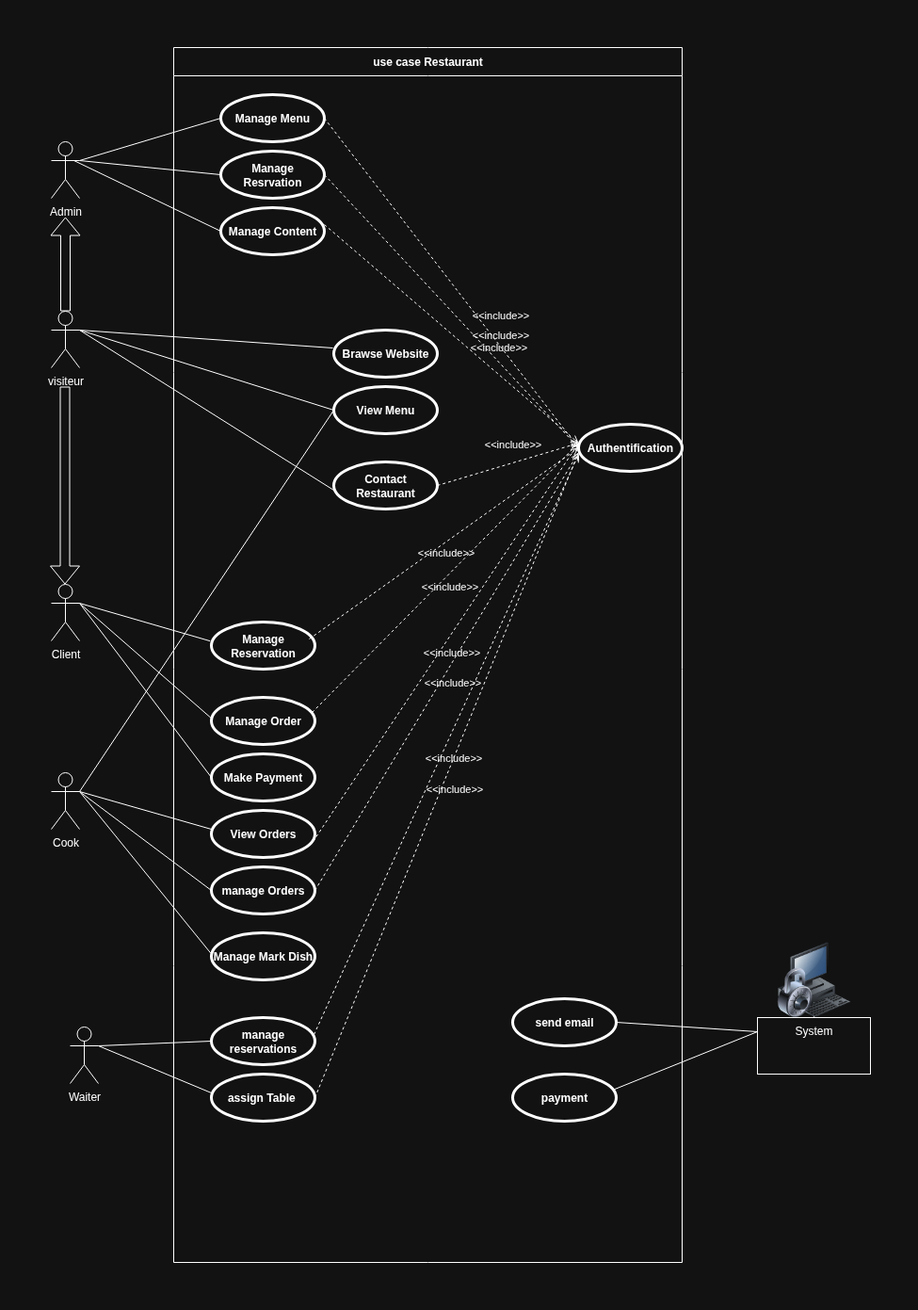
The draw.io diagram Use_case_Restaurant.drawio.png in ELMAKHTARLAARIF/Gestion_restaurant, before a commit. Source tidied: cells renumbered, new cells last; positions are measured from the earlier drawing's top-left corner, leaving out a move shared by most shapes.
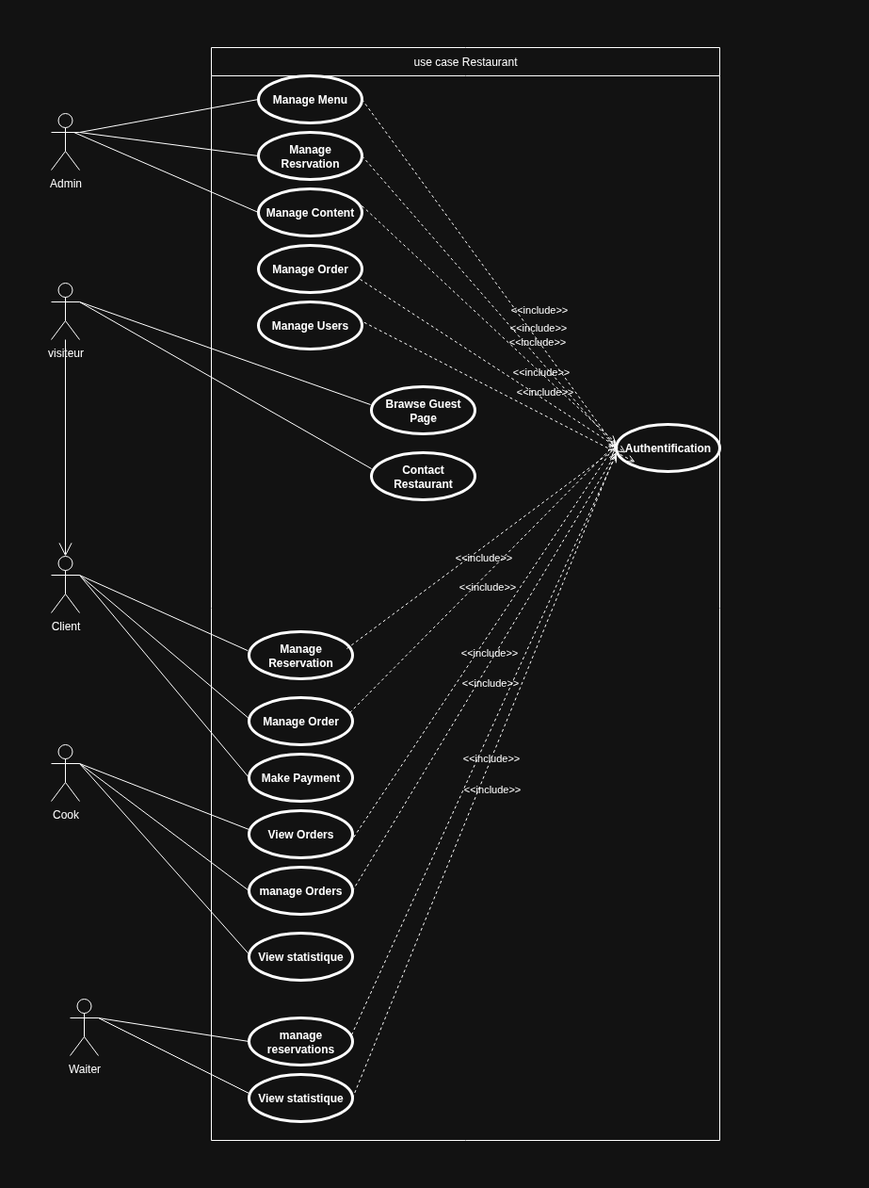
The same diagram one commit later.

Commit message:
add option contact restaurant for Guest

The edit, as a diff of the source:
```diff
@@ -8,26 +8,23 @@
     <mxCell id="3" style="edgeStyle=none;html=1;endArrow=none;verticalAlign=bottom;rounded=0;exitX=1;exitY=0.3333333333333333;exitDx=0;exitDy=0;exitPerimeter=0;entryX=0;entryY=0.5;entryDx=0;entryDy=0;" parent="1" edge="1" source="2" target="29">
       <mxGeometry relative="1" as="geometry" />
     </mxCell>
-    <mxCell id="4" value="use case Restaurant" style="swimlane;fontStyle=1;align=center;horizontal=1;startSize=30;html=1;whiteSpace=wrap;" parent="1" vertex="1">
-      <mxGeometry x="130" width="540" height="1290" as="geometry" />
+    <mxCell id="4" value="use case Restaurant" style="swimlane;fontStyle=0;align=center;horizontal=1;startSize=30;html=1;whiteSpace=wrap;" parent="1" vertex="1">
+      <mxGeometry x="170" y="30" width="540" height="1160" as="geometry" />
     </mxCell>
     <mxCell id="5" value="Authentification" style="shape=ellipse;html=1;strokeWidth=3;fontStyle=1;whiteSpace=wrap;align=center;perimeter=ellipsePerimeter;" parent="4" vertex="1">
       <mxGeometry x="430" y="400" width="110" height="50" as="geometry" />
     </mxCell>
     <mxCell id="6" value="Manage Resrvation" style="shape=ellipse;html=1;strokeWidth=3;fontStyle=1;whiteSpace=wrap;align=center;perimeter=ellipsePerimeter;" parent="4" vertex="1">
-      <mxGeometry x="50" y="110" width="110" height="50" as="geometry" />
+      <mxGeometry x="50" y="90" width="110" height="50" as="geometry" />
     </mxCell>
     <mxCell id="7" value="Manage Content" style="shape=ellipse;html=1;strokeWidth=3;fontStyle=1;whiteSpace=wrap;align=center;perimeter=ellipsePerimeter;" parent="4" vertex="1">
-      <mxGeometry x="50" y="170" width="110" height="50" as="geometry" />
+      <mxGeometry x="50" y="150" width="110" height="50" as="geometry" />
     </mxCell>
-    <mxCell id="8" value="View Menu" style="shape=ellipse;html=1;strokeWidth=3;fontStyle=1;whiteSpace=wrap;align=center;perimeter=ellipsePerimeter;" parent="4" vertex="1">
-      <mxGeometry x="170" y="360" width="110" height="50" as="geometry" />
-    </mxCell>
     <mxCell id="9" value="Contact Restaurant" style="shape=ellipse;html=1;strokeWidth=3;fontStyle=1;whiteSpace=wrap;align=center;perimeter=ellipsePerimeter;" parent="4" vertex="1">
-      <mxGeometry x="170" y="440" width="110" height="50" as="geometry" />
+      <mxGeometry x="170" y="430" width="110" height="50" as="geometry" />
     </mxCell>
     <mxCell id="10" value="Manage Reservation" style="shape=ellipse;html=1;strokeWidth=3;fontStyle=1;whiteSpace=wrap;align=center;perimeter=ellipsePerimeter;" parent="4" vertex="1">
-      <mxGeometry x="40" y="610" width="110" height="50" as="geometry" />
+      <mxGeometry x="40" y="620" width="110" height="50" as="geometry" />
     </mxCell>
     <mxCell id="11" value="View Orders" style="shape=ellipse;html=1;strokeWidth=3;fontStyle=1;whiteSpace=wrap;align=center;perimeter=ellipsePerimeter;" parent="4" vertex="1">
       <mxGeometry x="40" y="810" width="110" height="50" as="geometry" />
@@ -35,20 +32,20 @@
     <mxCell id="12" value="manage Orders" style="shape=ellipse;html=1;strokeWidth=3;fontStyle=1;whiteSpace=wrap;align=center;perimeter=ellipsePerimeter;" parent="4" vertex="1">
       <mxGeometry x="40" y="870" width="110" height="50" as="geometry" />
     </mxCell>
-    <mxCell id="13" value="Manage Mark Dish" style="shape=ellipse;html=1;strokeWidth=3;fontStyle=1;whiteSpace=wrap;align=center;perimeter=ellipsePerimeter;" parent="4" vertex="1">
+    <mxCell id="13" value="View statistique" style="shape=ellipse;html=1;strokeWidth=3;fontStyle=1;whiteSpace=wrap;align=center;perimeter=ellipsePerimeter;" parent="4" vertex="1">
       <mxGeometry x="40" y="940" width="110" height="50" as="geometry" />
     </mxCell>
     <mxCell id="14" value="manage reservations" style="shape=ellipse;html=1;strokeWidth=3;fontStyle=1;whiteSpace=wrap;align=center;perimeter=ellipsePerimeter;" parent="4" vertex="1">
       <mxGeometry x="40" y="1030" width="110" height="50" as="geometry" />
     </mxCell>
-    <mxCell id="15" value="assign Table&amp;nbsp;" style="shape=ellipse;html=1;strokeWidth=3;fontStyle=1;whiteSpace=wrap;align=center;perimeter=ellipsePerimeter;" parent="4" vertex="1">
+    <mxCell id="15" value="View statistique" style="shape=ellipse;html=1;strokeWidth=3;fontStyle=1;whiteSpace=wrap;align=center;perimeter=ellipsePerimeter;" parent="4" vertex="1">
       <mxGeometry x="40" y="1090" width="110" height="50" as="geometry" />
     </mxCell>
     <mxCell id="16" value="Manage Order" style="shape=ellipse;html=1;strokeWidth=3;fontStyle=1;whiteSpace=wrap;align=center;perimeter=ellipsePerimeter;" parent="4" vertex="1">
       <mxGeometry x="40" y="690" width="110" height="50" as="geometry" />
     </mxCell>
-    <mxCell id="17" value="Brawse Website" style="shape=ellipse;html=1;strokeWidth=3;fontStyle=1;whiteSpace=wrap;align=center;perimeter=ellipsePerimeter;" parent="4" vertex="1">
-      <mxGeometry x="170" y="300" width="110" height="50" as="geometry" />
+    <mxCell id="17" value="Brawse Guest Page" style="shape=ellipse;html=1;strokeWidth=3;fontStyle=1;whiteSpace=wrap;align=center;perimeter=ellipsePerimeter;" parent="4" vertex="1">
+      <mxGeometry x="170" y="360" width="110" height="50" as="geometry" />
     </mxCell>
     <mxCell id="18" value="&amp;lt;&amp;lt;include&amp;gt;&amp;gt;" style="edgeStyle=none;html=1;endArrow=open;verticalAlign=bottom;dashed=1;labelBackgroundColor=none;rounded=0;exitX=1;exitY=0.5;exitDx=0;exitDy=0;entryX=0;entryY=0.5;entryDx=0;entryDy=0;" parent="4" edge="1" source="6" target="5">
       <mxGeometry x="0.3" y="15" relative="1" as="geometry" />
@@ -58,12 +55,6 @@
         <mxPoint x="430" y="420" as="targetPoint" />
       </mxGeometry>
     </mxCell>
-    <mxCell id="20" value="&amp;lt;&amp;lt;include&amp;gt;&amp;gt;" style="edgeStyle=none;html=1;endArrow=open;verticalAlign=bottom;dashed=1;labelBackgroundColor=none;rounded=0;exitX=1;exitY=0.5;exitDx=0;exitDy=0;" parent="4" edge="1" source="9">
-      <mxGeometry x="0.11" y="11" relative="1" as="geometry">
-        <mxPoint x="430" y="420" as="targetPoint" />
-        <mxPoint y="1" as="offset" />
-      </mxGeometry>
-    </mxCell>
     <mxCell id="21" value="&amp;lt;&amp;lt;include&amp;gt;&amp;gt;" style="edgeStyle=none;html=1;endArrow=open;verticalAlign=bottom;dashed=1;labelBackgroundColor=none;rounded=0;exitX=0.945;exitY=0.36;exitDx=0;exitDy=0;exitPerimeter=0;entryX=0;entryY=0.5;entryDx=0;entryDy=0;" parent="4" edge="1" source="10" target="5">
       <mxGeometry x="-0.05" y="-16" relative="1" as="geometry" />
     </mxCell>
@@ -90,14 +81,8 @@
         <mxPoint x="430" y="430" as="targetPoint" />
       </mxGeometry>
     </mxCell>
-    <mxCell id="27" value="send email" style="shape=ellipse;html=1;strokeWidth=3;fontStyle=1;whiteSpace=wrap;align=center;perimeter=ellipsePerimeter;" parent="4" vertex="1">
-      <mxGeometry x="360" y="1010" width="110" height="50" as="geometry" />
-    </mxCell>
-    <mxCell id="28" value="payment" style="shape=ellipse;html=1;strokeWidth=3;fontStyle=1;whiteSpace=wrap;align=center;perimeter=ellipsePerimeter;" parent="4" vertex="1">
-      <mxGeometry x="360" y="1090" width="110" height="50" as="geometry" />
-    </mxCell>
     <mxCell id="29" value="Manage Menu" style="shape=ellipse;html=1;strokeWidth=3;fontStyle=1;whiteSpace=wrap;align=center;perimeter=ellipsePerimeter;" parent="4" vertex="1">
-      <mxGeometry x="50" y="50" width="110" height="50" as="geometry" />
+      <mxGeometry x="50" y="30" width="110" height="50" as="geometry" />
     </mxCell>
     <mxCell id="30" value="&amp;lt;&amp;lt;include&amp;gt;&amp;gt;" style="edgeStyle=none;html=1;endArrow=open;verticalAlign=bottom;dashed=1;labelBackgroundColor=none;rounded=0;exitX=1;exitY=0.5;exitDx=0;exitDy=0;entryX=0;entryY=0.5;entryDx=0;entryDy=0;" parent="4" edge="1" source="29" target="5">
       <mxGeometry x="0.3" y="15" relative="1" as="geometry" />
@@ -105,6 +90,22 @@
     <mxCell id="31" value="Make Payment" style="shape=ellipse;html=1;strokeWidth=3;fontStyle=1;whiteSpace=wrap;align=center;perimeter=ellipsePerimeter;" parent="4" vertex="1">
       <mxGeometry x="40" y="750" width="110" height="50" as="geometry" />
     </mxCell>
+    <mxCell id="57" value="Manage Order" style="shape=ellipse;html=1;strokeWidth=3;fontStyle=1;whiteSpace=wrap;align=center;perimeter=ellipsePerimeter;" parent="4" vertex="1">
+      <mxGeometry x="50" y="210" width="110" height="50" as="geometry" />
+    </mxCell>
+    <mxCell id="58" value="Manage Users" style="shape=ellipse;html=1;strokeWidth=3;fontStyle=1;whiteSpace=wrap;align=center;perimeter=ellipsePerimeter;" parent="4" vertex="1">
+      <mxGeometry x="50" y="270" width="110" height="50" as="geometry" />
+    </mxCell>
+    <mxCell id="59" value="&amp;lt;&amp;lt;include&amp;gt;&amp;gt;" style="edgeStyle=none;html=1;endArrow=open;verticalAlign=bottom;dashed=1;labelBackgroundColor=none;rounded=0;exitX=0.982;exitY=0.72;exitDx=0;exitDy=0;exitPerimeter=0;" parent="4" edge="1" source="57">
+      <mxGeometry x="0.3" y="15" relative="1" as="geometry">
+        <mxPoint x="440" y="430" as="targetPoint" />
+      </mxGeometry>
+    </mxCell>
+    <mxCell id="60" value="&amp;lt;&amp;lt;include&amp;gt;&amp;gt;" style="edgeStyle=none;html=1;endArrow=open;verticalAlign=bottom;dashed=1;labelBackgroundColor=none;rounded=0;exitX=0.973;exitY=0.38;exitDx=0;exitDy=0;exitPerimeter=0;" parent="4" edge="1" source="58">
+      <mxGeometry x="0.3" y="15" relative="1" as="geometry">
+        <mxPoint x="450" y="440" as="targetPoint" />
+      </mxGeometry>
+    </mxCell>
     <mxCell id="32" value="Client" style="shape=umlActor;html=1;verticalLabelPosition=bottom;verticalAlign=top;align=center;" parent="1" vertex="1">
       <mxGeometry y="570" width="30" height="60" as="geometry" />
     </mxCell>
@@ -151,54 +152,26 @@
         <mxPoint x="50" y="1060" as="sourcePoint" />
       </mxGeometry>
     </mxCell>
-    <mxCell id="44" style="endArrow=none;html=1;rounded=0;exitX=1;exitY=0.3333333333333333;exitDx=0;exitDy=0;exitPerimeter=0;entryX=0;entryY=0.5;entryDx=0;entryDy=0;" parent="1" edge="1" source="33" target="8">
-      <mxGeometry relative="1" as="geometry" />
-    </mxCell>
     <mxCell id="45" value="visiteur" style="shape=umlActor;html=1;verticalLabelPosition=bottom;verticalAlign=top;align=center;" parent="1" vertex="1">
       <mxGeometry y="280" width="30" height="60" as="geometry" />
     </mxCell>
     <mxCell id="46" style="endArrow=none;html=1;rounded=0;exitX=1;exitY=0.3333333333333333;exitDx=0;exitDy=0;exitPerimeter=0;entryX=-0.009;entryY=0.38;entryDx=0;entryDy=0;entryPerimeter=0;" parent="1" edge="1" source="45" target="17">
       <mxGeometry relative="1" as="geometry" />
     </mxCell>
-    <mxCell id="47" style="endArrow=none;html=1;rounded=0;entryX=0;entryY=0.5;entryDx=0;entryDy=0;" parent="1" edge="1" target="8">
-      <mxGeometry relative="1" as="geometry">
-        <mxPoint x="30" y="300" as="sourcePoint" />
-      </mxGeometry>
-    </mxCell>
-    <mxCell id="48" style="edgeStyle=orthogonalEdgeStyle;rounded=0;jettySize=auto;html=1;" parent="1" edge="1" source="49" target="50">
-      <mxGeometry relative="1" as="geometry" />
+    <mxCell id="48" style="edgeStyle=orthogonalEdgeStyle;rounded=0;orthogonalLoop=1;jettySize=auto;html=1;" parent="1" edge="1">
+      <mxGeometry relative="1" as="geometry">
+        <mxPoint x="810" y="1030" as="sourcePoint" />
+        <mxPoint x="810" y="1030" as="targetPoint" />
+      </mxGeometry>
     </mxCell>
-    <mxCell id="49" style="image;html=1;image=img/lib/clip_art/computers/Secure_System_128x128.png;" parent="1" vertex="1">
-      <mxGeometry x="770" y="950" width="80" height="80" as="geometry" />
-    </mxCell>
-    <mxCell id="50" value="System" style="whiteSpace=wrap;html=1;verticalAlign=top;labelBackgroundColor=default;" parent="1" vertex="1">
-      <mxGeometry x="750" y="1030" width="120" height="60" as="geometry" />
-    </mxCell>
-    <mxCell id="51" style="endArrow=none;html=1;rounded=0;entryX=0;entryY=0.25;entryDx=0;entryDy=0;exitX=1;exitY=0.5;exitDx=0;exitDy=0;" parent="1" edge="1" source="27" target="50">
-      <mxGeometry relative="1" as="geometry" />
-    </mxCell>
-    <mxCell id="52" style="endArrow=none;html=1;rounded=0;entryX=0;entryY=0.25;entryDx=0;entryDy=0;exitX=0.964;exitY=0.34;exitDx=0;exitDy=0;exitPerimeter=0;" parent="1" edge="1" source="28" target="50">
-      <mxGeometry relative="1" as="geometry" />
-    </mxCell>
-    <mxCell id="53" style="shape=flexArrow;endArrow=classic;html=1;rounded=0;" parent="1" edge="1">
-      <mxGeometry relative="1" as="geometry">
-        <mxPoint x="14.5" y="360" as="sourcePoint" />
-        <mxPoint x="14.5" y="570" as="targetPoint" />
-      </mxGeometry>
-    </mxCell>
-    <mxCell id="54" style="endArrow=none;html=1;rounded=0;" parent="1" edge="1">
-      <mxGeometry relative="1" as="geometry">
-        <mxPoint x="30" y="300" as="sourcePoint" />
-        <mxPoint x="300" y="470" as="targetPoint" />
-      </mxGeometry>
-    </mxCell>
-    <mxCell id="55" style="shape=flexArrow;endArrow=classic;html=1;rounded=0;exitX=0.5;exitY=0;exitDx=0;exitDy=0;exitPerimeter=0;" parent="1" edge="1" source="45">
-      <mxGeometry relative="1" as="geometry">
-        <mxPoint x="15" y="180" as="targetPoint" />
-      </mxGeometry>
-    </mxCell>
     <mxCell id="56" style="endArrow=none;html=1;rounded=0;entryX=0;entryY=0.5;entryDx=0;entryDy=0;exitX=1;exitY=0.3333333333333333;exitDx=0;exitDy=0;exitPerimeter=0;" parent="1" edge="1" source="32" target="31">
       <mxGeometry relative="1" as="geometry" />
     </mxCell>
+    <mxCell id="61" style="endArrow=none;html=1;rounded=0;exitX=1;exitY=0.3333333333333333;exitDx=0;exitDy=0;exitPerimeter=0;entryX=0;entryY=0.34;entryDx=0;entryDy=0;entryPerimeter=0;" parent="1" edge="1" source="45" target="9">
+      <mxGeometry relative="1" as="geometry" />
+    </mxCell>
+    <mxCell id="62" style="endArrow=open;endFill=1;endSize=12;html=1;rounded=0;entryX=0.5;entryY=0;entryDx=0;entryDy=0;entryPerimeter=0;" parent="1" edge="1" source="45" target="32">
+      <mxGeometry relative="1" as="geometry" />
+    </mxCell>
   </root>
 </mxGraphModel>
```
